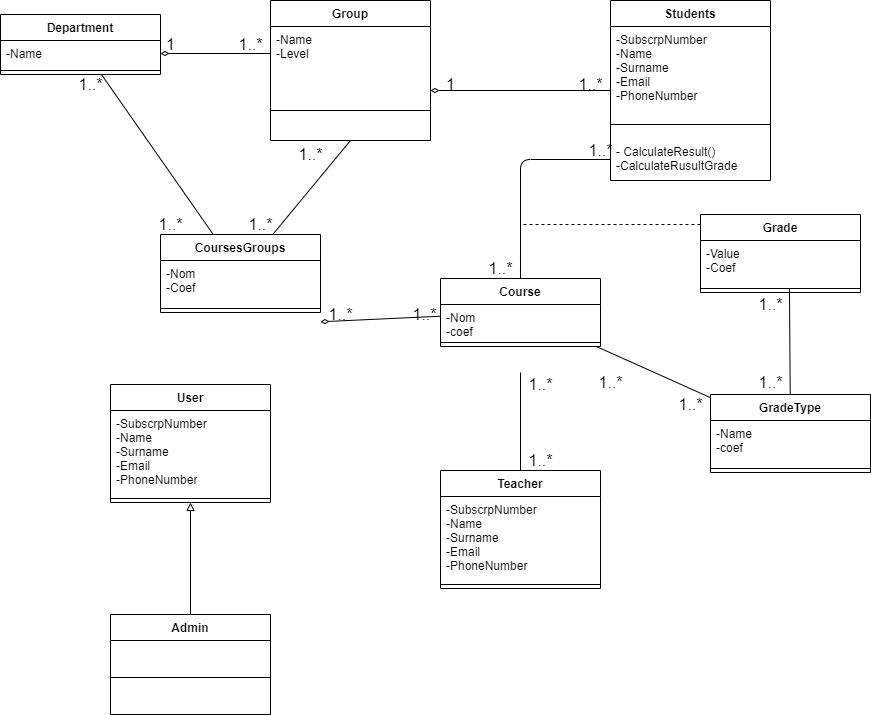
This is Diag.drawio.png from malouu/Diag_JEE, a draw.io export, as it was before one commit. Source tidied: cells renumbered, new cells last; positions are measured from the earlier drawing's top-left corner, leaving out a move shared by most shapes.
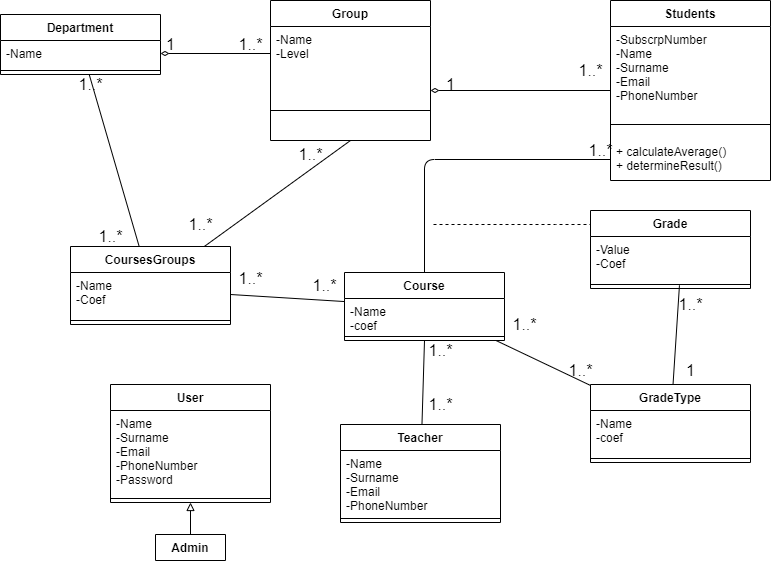
After the change.

What changed in the source:
```diff
@@ -2,19 +2,17 @@
   <root>
     <mxCell id="0" />
     <mxCell id="1" parent="0" />
-    <mxCell id="2" style="edgeStyle=none;html=1;endArrow=none;endFill=0;" parent="1" edge="1" source="3">
-      <mxGeometry relative="1" as="geometry">
-        <mxPoint x="520" y="372" as="targetPoint" />
-      </mxGeometry>
+    <mxCell id="2" style="edgeStyle=none;html=1;endArrow=none;endFill=0;entryX=0.5;entryY=1;entryDx=0;entryDy=0;" parent="1" edge="1" source="3" target="25">
+      <mxGeometry relative="1" as="geometry" />
     </mxCell>
     <mxCell id="3" value="Teacher" style="swimlane;fontStyle=1;align=center;verticalAlign=top;horizontal=1;startSize=26;" parent="1" vertex="1">
-      <mxGeometry x="440" y="470" width="160" height="118" as="geometry" />
+      <mxGeometry x="340" y="424" width="160" height="98" as="geometry" />
     </mxCell>
-    <mxCell id="4" value="-SubscrpNumber&#10;-Name&#10;-Surname&#10;-Email&#10;-PhoneNumber&#10;&#10;" style="text;strokeColor=none;fillColor=none;align=left;verticalAlign=top;spacingLeft=4;spacingRight=4;overflow=hidden;" parent="3" vertex="1">
-      <mxGeometry y="26" width="160" height="84" as="geometry" />
+    <mxCell id="4" value="-Name&#10;-Surname&#10;-Email&#10;-PhoneNumber&#10;&#10;" style="text;strokeColor=none;fillColor=none;align=left;verticalAlign=top;spacingLeft=4;spacingRight=4;overflow=hidden;" parent="3" vertex="1">
+      <mxGeometry y="26" width="160" height="64" as="geometry" />
     </mxCell>
     <mxCell id="5" style="line;strokeWidth=1;fillColor=none;align=left;verticalAlign=middle;spacingTop=-1;spacingLeft=3;spacingRight=3;labelPosition=right;" parent="3" vertex="1">
-      <mxGeometry y="110" width="160" height="8" as="geometry" />
+      <mxGeometry y="90" width="160" height="8" as="geometry" />
     </mxCell>
     <mxCell id="6" style="edgeStyle=none;html=1;endArrow=diamondThin;endFill=0;" parent="1" edge="1" source="7">
       <mxGeometry relative="1" as="geometry">
@@ -30,17 +28,17 @@
     <mxCell id="9" style="line;strokeWidth=1;fillColor=none;align=left;verticalAlign=middle;spacingTop=-1;spacingLeft=3;spacingRight=3;labelPosition=right;" parent="7" vertex="1">
       <mxGeometry y="110" width="160" height="28" as="geometry" />
     </mxCell>
-    <mxCell id="10" value="- CalculateResult()&#10;-CalculateRusultGrade" style="text;strokeColor=none;fillColor=none;align=left;verticalAlign=top;spacingLeft=4;spacingRight=4;overflow=hidden;points=[[0,0.5],[1,0.5]];portConstraint=eastwest;" parent="7" vertex="1">
+    <mxCell id="10" value="+ calculateAverage()&#10;+ determineResult()" style="text;strokeColor=none;fillColor=none;align=left;verticalAlign=top;spacingLeft=4;spacingRight=4;overflow=hidden;points=[[0,0.5],[1,0.5]];portConstraint=eastwest;" parent="7" vertex="1">
       <mxGeometry y="138" width="160" height="42" as="geometry" />
     </mxCell>
     <mxCell id="11" style="edgeStyle=elbowEdgeStyle;html=1;startArrow=none;startFill=0;endArrow=none;endFill=0;dashed=1;" parent="1" edge="1">
       <mxGeometry relative="1" as="geometry">
         <mxPoint x="700" y="224" as="sourcePoint" />
-        <mxPoint x="520" y="224" as="targetPoint" />
+        <mxPoint x="430" y="224" as="targetPoint" />
       </mxGeometry>
     </mxCell>
     <mxCell id="12" value="Grade" style="swimlane;fontStyle=1;align=center;verticalAlign=top;horizontal=1;startSize=26;" parent="1" vertex="1">
-      <mxGeometry x="700" y="214" width="160" height="78" as="geometry" />
+      <mxGeometry x="590" y="210" width="160" height="78" as="geometry" />
     </mxCell>
     <mxCell id="13" value="-Value&#10;-Coef" style="text;strokeColor=none;fillColor=none;align=left;verticalAlign=top;spacingLeft=4;spacingRight=4;overflow=hidden;" parent="12" vertex="1">
       <mxGeometry y="26" width="160" height="44" as="geometry" />
@@ -61,23 +59,21 @@
       <mxGeometry relative="1" as="geometry" />
     </mxCell>
     <mxCell id="19" value="CoursesGroups" style="swimlane;fontStyle=1;align=center;verticalAlign=top;horizontal=1;startSize=26;" parent="1" vertex="1">
-      <mxGeometry x="160" y="234" width="160" height="78" as="geometry" />
+      <mxGeometry x="70" y="246" width="160" height="78" as="geometry" />
     </mxCell>
-    <mxCell id="20" value="-Nom&#10;-Coef" style="text;strokeColor=none;fillColor=none;align=left;verticalAlign=top;spacingLeft=4;spacingRight=4;overflow=hidden;points=[[0,0.5],[1,0.5]];portConstraint=eastwest;" parent="19" vertex="1">
+    <mxCell id="20" value="-Name&#10;-Coef" style="text;strokeColor=none;fillColor=none;align=left;verticalAlign=top;spacingLeft=4;spacingRight=4;overflow=hidden;points=[[0,0.5],[1,0.5]];portConstraint=eastwest;" parent="19" vertex="1">
       <mxGeometry y="26" width="160" height="44" as="geometry" />
     </mxCell>
     <mxCell id="21" style="line;strokeWidth=1;fillColor=none;align=left;verticalAlign=middle;spacingTop=-1;spacingLeft=3;spacingRight=3;labelPosition=right;" parent="19" vertex="1">
       <mxGeometry y="70" width="160" height="8" as="geometry" />
     </mxCell>
-    <mxCell id="22" style="edgeStyle=none;html=1;endArrow=diamondThin;endFill=0;" parent="1" edge="1" source="25">
-      <mxGeometry relative="1" as="geometry">
-        <mxPoint x="320" y="321.3" as="targetPoint" />
-      </mxGeometry>
+    <mxCell id="22" style="edgeStyle=none;html=1;endArrow=none;endFill=0;entryX=1;entryY=0.5;entryDx=0;entryDy=0;" parent="1" edge="1" source="25" target="20">
+      <mxGeometry relative="1" as="geometry" />
     </mxCell>
-    <mxCell id="23" style="edgeStyle=elbowEdgeStyle;html=1;endArrow=none;endFill=0;startArrow=baseDash;startFill=0;" parent="1" edge="1" source="25" target="10">
+    <mxCell id="23" style="edgeStyle=elbowEdgeStyle;html=1;endArrow=none;endFill=0;startArrow=baseDash;startFill=0;exitX=0.5;exitY=0;exitDx=0;exitDy=0;" parent="1" edge="1" source="25" target="10">
       <mxGeometry relative="1" as="geometry">
         <Array as="points">
-          <mxPoint x="520" y="207" />
+          <mxPoint x="424" y="214" />
         </Array>
       </mxGeometry>
     </mxCell>
@@ -85,9 +81,9 @@
       <mxGeometry relative="1" as="geometry" />
     </mxCell>
     <mxCell id="25" value="Course" style="swimlane;fontStyle=1;align=center;verticalAlign=top;horizontal=1;startSize=26;" parent="1" vertex="1">
-      <mxGeometry x="440" y="278" width="160" height="68" as="geometry" />
+      <mxGeometry x="344" y="272" width="160" height="68" as="geometry" />
     </mxCell>
-    <mxCell id="26" value="-Nom &#10;-coef" style="text;strokeColor=none;fillColor=none;align=left;verticalAlign=top;spacingLeft=4;spacingRight=4;overflow=hidden;" parent="25" vertex="1">
+    <mxCell id="26" value="-Name &#10;-coef" style="text;strokeColor=none;fillColor=none;align=left;verticalAlign=top;spacingLeft=4;spacingRight=4;overflow=hidden;" parent="25" vertex="1">
       <mxGeometry y="26" width="160" height="34" as="geometry" />
     </mxCell>
     <mxCell id="27" style="line;strokeWidth=1;fillColor=none;align=left;verticalAlign=middle;spacingTop=-1;spacingLeft=3;spacingRight=3;labelPosition=right;" parent="25" vertex="1">
@@ -96,7 +92,7 @@
     <mxCell id="28" value="User" style="swimlane;fontStyle=1;align=center;verticalAlign=top;horizontal=1;startSize=26;" parent="1" vertex="1">
       <mxGeometry x="110" y="384" width="160" height="118" as="geometry" />
     </mxCell>
-    <mxCell id="29" value="-SubscrpNumber&#10;-Name&#10;-Surname&#10;-Email&#10;-PhoneNumber&#10;&#10;" style="text;strokeColor=none;fillColor=none;align=left;verticalAlign=top;spacingLeft=4;spacingRight=4;overflow=hidden;" parent="28" vertex="1">
+    <mxCell id="29" value="-Name&#10;-Surname&#10;-Email&#10;-PhoneNumber&#10;-Password&#10;" style="text;strokeColor=none;fillColor=none;align=left;verticalAlign=top;spacingLeft=4;spacingRight=4;overflow=hidden;" parent="28" vertex="1">
       <mxGeometry y="26" width="160" height="84" as="geometry" />
     </mxCell>
     <mxCell id="30" style="line;strokeWidth=1;fillColor=none;align=left;verticalAlign=middle;spacingTop=-1;spacingLeft=3;spacingRight=3;labelPosition=right;" parent="28" vertex="1">
@@ -124,7 +120,7 @@
       <mxGeometry relative="1" as="geometry" />
     </mxCell>
     <mxCell id="38" value="GradeType" style="swimlane;fontStyle=1;align=center;verticalAlign=top;horizontal=1;startSize=26;" parent="1" vertex="1">
-      <mxGeometry x="710" y="394" width="160" height="78" as="geometry" />
+      <mxGeometry x="590" y="384" width="160" height="78" as="geometry" />
     </mxCell>
     <mxCell id="39" value="-Name&#10;-coef" style="text;strokeColor=none;fillColor=none;align=left;verticalAlign=top;spacingLeft=4;spacingRight=4;overflow=hidden;" parent="38" vertex="1">
       <mxGeometry y="26" width="160" height="44" as="geometry" />
@@ -135,12 +131,9 @@
     <mxCell id="41" style="edgeStyle=none;html=1;endArrow=block;endFill=0;entryX=0.5;entryY=1;entryDx=0;entryDy=0;" parent="1" edge="1" source="42" target="28">
       <mxGeometry relative="1" as="geometry" />
     </mxCell>
-    <mxCell id="42" value="Admin" style="swimlane;fontStyle=1;align=center;verticalAlign=top;horizontal=1;startSize=26;" parent="1" vertex="1">
-      <mxGeometry x="110" y="614" width="160" height="100" as="geometry" />
+    <mxCell id="42" value="Admin" style="swimlane;fontStyle=1;align=center;verticalAlign=top;horizontal=1;startSize=26;" parent="1" vertex="1" collapsed="1">
+      <mxGeometry x="155" y="534" width="70" height="26" as="geometry" />
     </mxCell>
-    <mxCell id="43" style="line;strokeWidth=1;fillColor=none;align=left;verticalAlign=middle;spacingTop=-1;spacingLeft=3;spacingRight=3;labelPosition=right;" parent="42" vertex="1">
-      <mxGeometry y="26" width="160" height="74" as="geometry" />
-    </mxCell>
     <mxCell id="44" value="1&lt;br&gt;" style="text;html=1;align=center;verticalAlign=middle;strokeColor=none;fillColor=none;fontSize=16;" parent="1" vertex="1">
       <mxGeometry x="160" y="34" width="20" height="20" as="geometry" />
     </mxCell>
@@ -151,49 +144,46 @@
       <mxGeometry x="440" y="74" width="20" height="20" as="geometry" />
     </mxCell>
     <mxCell id="47" value="1..*&lt;br&gt;" style="text;html=1;align=center;verticalAlign=middle;strokeColor=none;fillColor=none;fontSize=16;" parent="1" vertex="1">
-      <mxGeometry x="570" y="74" width="40" height="20" as="geometry" />
+      <mxGeometry x="570" y="60" width="40" height="20" as="geometry" />
     </mxCell>
     <mxCell id="48" value="1..*&lt;br&gt;" style="text;html=1;align=center;verticalAlign=middle;strokeColor=none;fillColor=none;fontSize=16;" parent="1" vertex="1">
-      <mxGeometry x="520" y="374" width="40" height="20" as="geometry" />
+      <mxGeometry x="420" y="340" width="40" height="20" as="geometry" />
     </mxCell>
     <mxCell id="49" value="1..*&lt;br&gt;" style="text;html=1;align=center;verticalAlign=middle;strokeColor=none;fillColor=none;fontSize=16;" parent="1" vertex="1">
-      <mxGeometry x="520" y="450" width="40" height="20" as="geometry" />
+      <mxGeometry x="420" y="394" width="40" height="20" as="geometry" />
     </mxCell>
     <mxCell id="50" value="1..*&lt;br&gt;" style="text;html=1;align=center;verticalAlign=middle;strokeColor=none;fillColor=none;fontSize=16;" parent="1" vertex="1">
       <mxGeometry x="580" y="140" width="40" height="20" as="geometry" />
     </mxCell>
     <mxCell id="51" value="1..*&lt;br&gt;" style="text;html=1;align=center;verticalAlign=middle;strokeColor=none;fillColor=none;fontSize=16;" parent="1" vertex="1">
-      <mxGeometry x="480" y="258" width="40" height="20" as="geometry" />
+      <mxGeometry x="504" y="314" width="40" height="20" as="geometry" />
     </mxCell>
     <mxCell id="52" value="1..*&lt;br&gt;" style="text;html=1;align=center;verticalAlign=middle;strokeColor=none;fillColor=none;fontSize=16;" parent="1" vertex="1">
       <mxGeometry x="70" y="74" width="40" height="20" as="geometry" />
     </mxCell>
     <mxCell id="53" value="1..*&lt;br&gt;" style="text;html=1;align=center;verticalAlign=middle;strokeColor=none;fillColor=none;fontSize=16;" parent="1" vertex="1">
-      <mxGeometry x="150" y="214" width="40" height="20" as="geometry" />
+      <mxGeometry x="90" y="226" width="40" height="20" as="geometry" />
     </mxCell>
     <mxCell id="54" value="1..*&lt;br&gt;" style="text;html=1;align=center;verticalAlign=middle;strokeColor=none;fillColor=none;fontSize=16;" parent="1" vertex="1">
-      <mxGeometry x="240" y="214" width="40" height="20" as="geometry" />
+      <mxGeometry x="180" y="214" width="40" height="20" as="geometry" />
     </mxCell>
     <mxCell id="55" value="1..*&lt;br&gt;" style="text;html=1;align=center;verticalAlign=middle;strokeColor=none;fillColor=none;fontSize=16;" parent="1" vertex="1">
       <mxGeometry x="290" y="144" width="40" height="20" as="geometry" />
     </mxCell>
     <mxCell id="56" value="1..*&lt;br&gt;" style="text;html=1;align=center;verticalAlign=middle;strokeColor=none;fillColor=none;fontSize=16;" parent="1" vertex="1">
-      <mxGeometry x="670" y="394" width="40" height="20" as="geometry" />
+      <mxGeometry x="560" y="360" width="40" height="20" as="geometry" />
     </mxCell>
-    <mxCell id="57" value="1..*&lt;br&gt;" style="text;html=1;align=center;verticalAlign=middle;strokeColor=none;fillColor=none;fontSize=16;" parent="1" vertex="1">
-      <mxGeometry x="590" y="372" width="40" height="20" as="geometry" />
-    </mxCell>
     <mxCell id="58" value="1..*&lt;br&gt;" style="text;html=1;align=center;verticalAlign=middle;strokeColor=none;fillColor=none;fontSize=16;" parent="1" vertex="1">
-      <mxGeometry x="750" y="294" width="40" height="20" as="geometry" />
+      <mxGeometry x="670" y="294" width="40" height="20" as="geometry" />
     </mxCell>
-    <mxCell id="59" value="1..*&lt;br&gt;" style="text;html=1;align=center;verticalAlign=middle;strokeColor=none;fillColor=none;fontSize=16;" parent="1" vertex="1">
-      <mxGeometry x="750" y="372" width="40" height="20" as="geometry" />
+    <mxCell id="59" value="1" style="text;html=1;align=center;verticalAlign=middle;strokeColor=none;fillColor=none;fontSize=16;" parent="1" vertex="1">
+      <mxGeometry x="680" y="360" width="20" height="20" as="geometry" />
     </mxCell>
     <mxCell id="60" value="1..*&lt;br&gt;" style="text;html=1;align=center;verticalAlign=middle;strokeColor=none;fillColor=none;fontSize=16;" parent="1" vertex="1">
-      <mxGeometry x="404" y="304" width="40" height="20" as="geometry" />
+      <mxGeometry x="304" y="275" width="40" height="20" as="geometry" />
     </mxCell>
     <mxCell id="61" value="1..*&lt;br&gt;" style="text;html=1;align=center;verticalAlign=middle;strokeColor=none;fillColor=none;fontSize=16;" parent="1" vertex="1">
-      <mxGeometry x="320" y="304" width="40" height="20" as="geometry" />
+      <mxGeometry x="230" y="268" width="40" height="20" as="geometry" />
     </mxCell>
   </root>
 </mxGraphModel>
```
